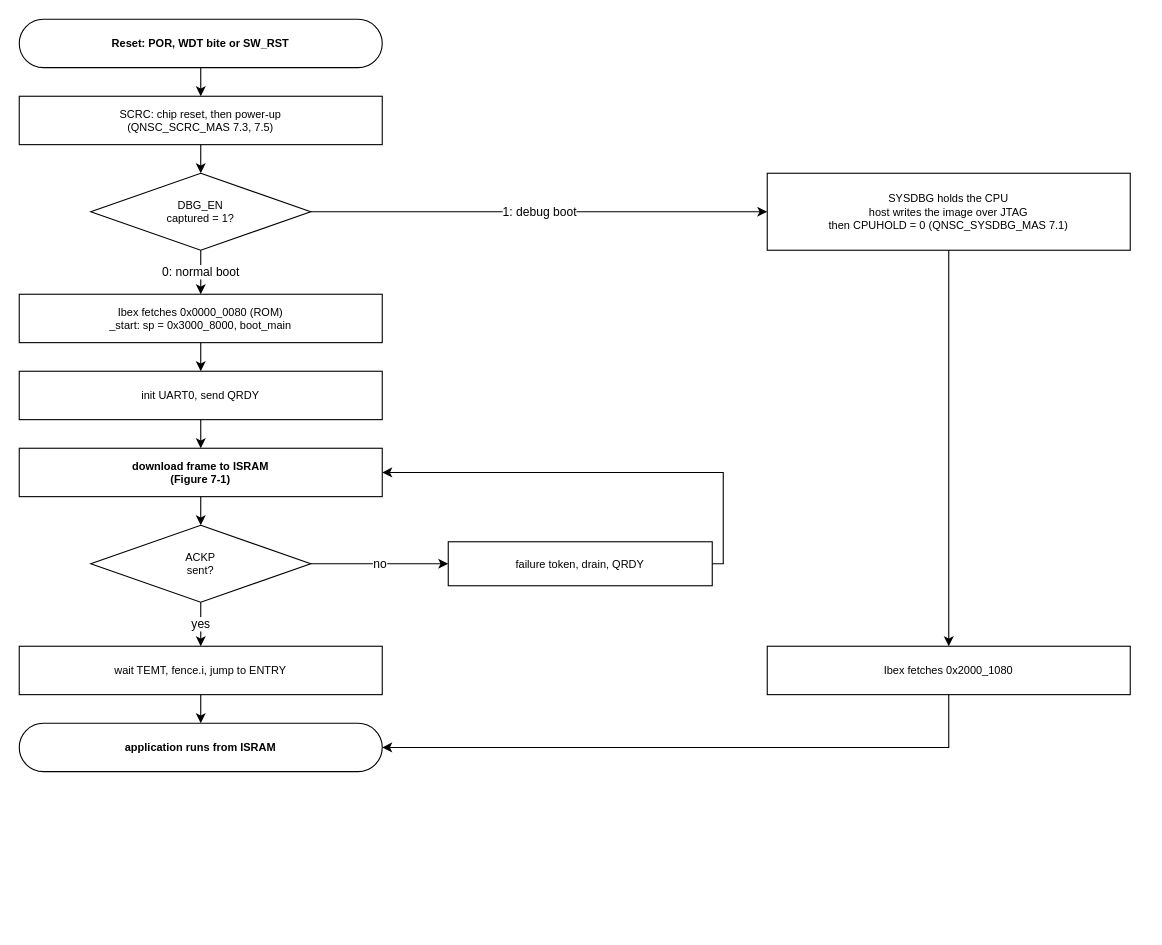
This is page "Reset to application" (1 of 5) of doc/figures/drawio/QNSC_BOOT.drawio from quynhonsemiconductor/vlsi_deep_training, a draw.io file, before an edit. Source tidied: cells renumbered, new cells numbered last; positions are measured from the earlier drawing's top-left corner, leaving out a move shared by most shapes. Both pictures are drawn from the tidied source at 110%, with x=0, y=0 at pixel (19, 19).
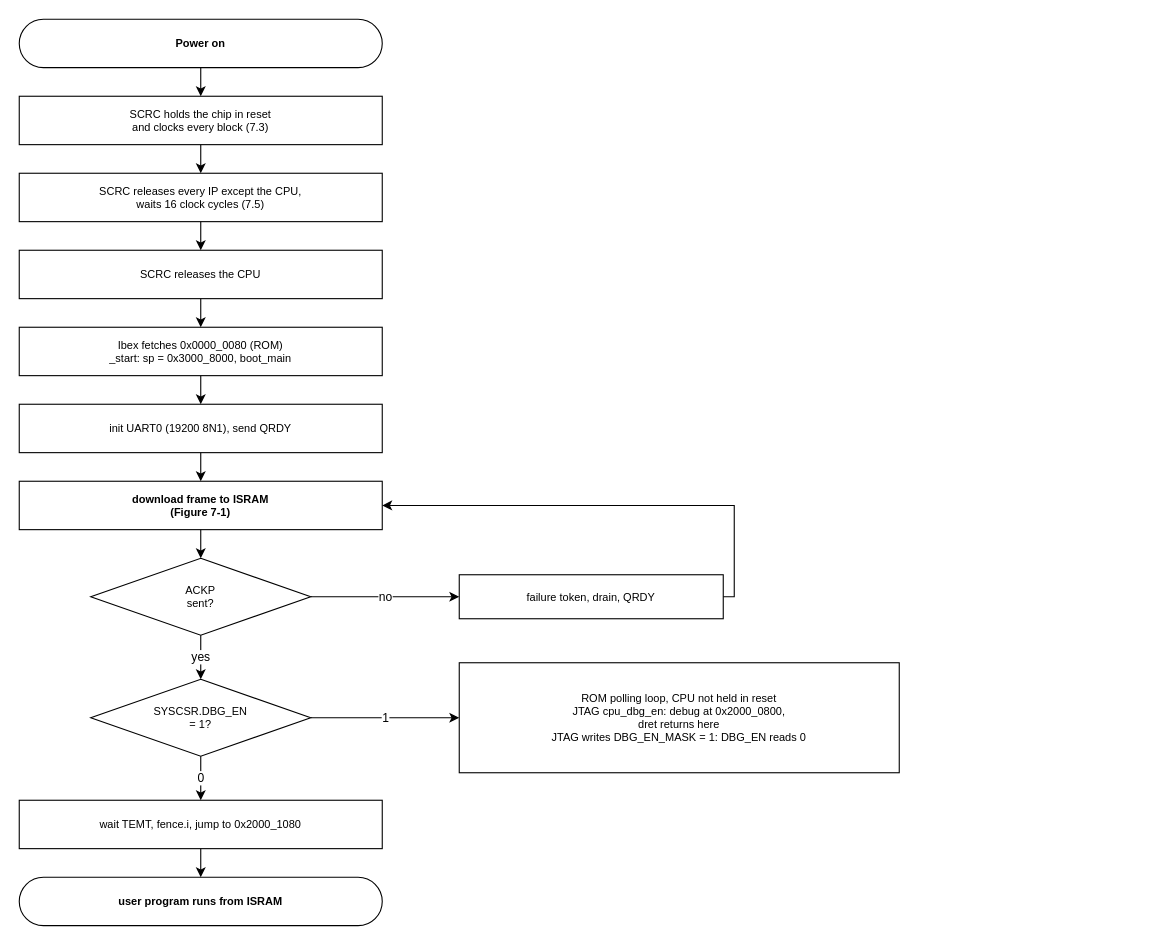
The same diagram, later.

What changed in the source:
```diff
@@
-    <mxCell id="2" value="Reset: POR, WDT bite or SW_RST" style="rounded=1;arcSize=50;whiteSpace=wrap;html=1;fillColor=#ffffff;strokeColor=#000000;fontSize=10;dashed=0;fontStyle=1;verticalAlign=middle;" parent="1" vertex="1">
+    <mxCell id="2" value="Power on" style="rounded=1;arcSize=50;whiteSpace=wrap;html=1;fillColor=#ffffff;strokeColor=#000000;fontSize=10;dashed=0;fontStyle=1;verticalAlign=middle;" parent="1" vertex="1">
       <mxGeometry width="330" height="44" as="geometry" />
     </mxCell>
-    <mxCell id="3" value="SCRC: chip reset, then power-up&#10;(QNSC_SCRC_MAS 7.3, 7.5)" style="rounded=0;whiteSpace=wrap;html=1;fillColor=#ffffff;strokeColor=#000000;fontSize=10;dashed=0;verticalAlign=middle;" parent="1" vertex="1">
-      <mxGeometry y="70" width="330" height="44" as="geometry" />
-    </mxCell>
-    <mxCell id="4" value="DBG_EN&#10;captured = 1?" style="rhombus;whiteSpace=wrap;html=1;fillColor=#ffffff;strokeColor=#000000;fontSize=10;dashed=0;verticalAlign=middle;" parent="1" vertex="1">
-      <mxGeometry x="65" y="140" width="200" height="70" as="geometry" />
-    </mxCell>
+    <mxCell id="28" value="SCRC holds the chip in reset&#10;and clocks every block (7.3)" style="rounded=0;whiteSpace=wrap;html=1;fillColor=#ffffff;strokeColor=#000000;fontSize=10;dashed=0;verticalAlign=middle;" parent="1" vertex="1">
+      <mxGeometry y="70" width="330" height="44" as="geometry" />
+    </mxCell>
+    <mxCell id="29" value="SCRC releases every IP except the CPU,&#10;waits 16 clock cycles (7.5)" style="rounded=0;whiteSpace=wrap;html=1;fillColor=#ffffff;strokeColor=#000000;fontSize=10;dashed=0;verticalAlign=middle;" parent="1" vertex="1">
+      <mxGeometry y="140" width="330" height="44" as="geometry" />
+    </mxCell>
+    <mxCell id="30" value="SCRC releases the CPU" style="rounded=0;whiteSpace=wrap;html=1;fillColor=#ffffff;strokeColor=#000000;fontSize=10;dashed=0;verticalAlign=middle;" parent="1" vertex="1">
+      <mxGeometry y="210" width="330" height="44" as="geometry" />
+    </mxCell>
     <mxCell id="5" value="Ibex fetches 0x0000_0080 (ROM)&#10;_start: sp = 0x3000_8000, boot_main" style="rounded=0;whiteSpace=wrap;html=1;fillColor=#ffffff;strokeColor=#000000;fontSize=10;dashed=0;verticalAlign=middle;" parent="1" vertex="1">
-      <mxGeometry y="250" width="330" height="44" as="geometry" />
+      <mxGeometry y="280" width="330" height="44" as="geometry" />
     </mxCell>
-    <mxCell id="6" value="init UART0, send QRDY" style="rounded=0;whiteSpace=wrap;html=1;fillColor=#ffffff;strokeColor=#000000;fontSize=10;dashed=0;verticalAlign=middle;" parent="1" vertex="1">
-      <mxGeometry y="320" width="330" height="44" as="geometry" />
+    <mxCell id="6" value="init UART0 (19200 8N1), send QRDY" style="rounded=0;whiteSpace=wrap;html=1;fillColor=#ffffff;strokeColor=#000000;fontSize=10;dashed=0;verticalAlign=middle;" parent="1" vertex="1">
+      <mxGeometry y="350" width="330" height="44" as="geometry" />
     </mxCell>
     <mxCell id="7" value="download frame to ISRAM&#10;(Figure 7-1)" style="rounded=0;whiteSpace=wrap;html=1;fillColor=#ffffff;strokeColor=#000000;fontSize=10;dashed=0;fontStyle=1;verticalAlign=middle;" parent="1" vertex="1">
-      <mxGeometry y="390" width="330" height="44" as="geometry" />
+      <mxGeometry y="420" width="330" height="44" as="geometry" />
     </mxCell>
     <mxCell id="8" value="ACKP&#10;sent?" style="rhombus;whiteSpace=wrap;html=1;fillColor=#ffffff;strokeColor=#000000;fontSize=10;dashed=0;verticalAlign=middle;" parent="1" vertex="1">
-      <mxGeometry x="65" y="460" width="200" height="70" as="geometry" />
+      <mxGeometry x="65" y="490" width="200" height="70" as="geometry" />
     </mxCell>
+    <mxCell id="4" value="SYSCSR.DBG_EN&#10;= 1?" style="rhombus;whiteSpace=wrap;html=1;fillColor=#ffffff;strokeColor=#000000;fontSize=10;dashed=0;verticalAlign=middle;" parent="1" vertex="1">
+      <mxGeometry x="65" y="600" width="200" height="70" as="geometry" />
+    </mxCell>
-    <mxCell id="9" value="wait TEMT, fence.i, jump to ENTRY" style="rounded=0;whiteSpace=wrap;html=1;fillColor=#ffffff;strokeColor=#000000;fontSize=10;dashed=0;verticalAlign=middle;" parent="1" vertex="1">
-      <mxGeometry y="570" width="330" height="44" as="geometry" />
+    <mxCell id="9" value="wait TEMT, fence.i, jump to 0x2000_1080" style="rounded=0;whiteSpace=wrap;html=1;fillColor=#ffffff;strokeColor=#000000;fontSize=10;dashed=0;verticalAlign=middle;" parent="1" vertex="1">
+      <mxGeometry y="710" width="330" height="44" as="geometry" />
     </mxCell>
-    <mxCell id="10" value="application runs from ISRAM" style="rounded=1;arcSize=50;whiteSpace=wrap;html=1;fillColor=#ffffff;strokeColor=#000000;fontSize=10;dashed=0;fontStyle=1;verticalAlign=middle;" parent="1" vertex="1">
-      <mxGeometry y="640" width="330" height="44" as="geometry" />
+    <mxCell id="10" value="user program runs from ISRAM" style="rounded=1;arcSize=50;whiteSpace=wrap;html=1;fillColor=#ffffff;strokeColor=#000000;fontSize=10;dashed=0;fontStyle=1;verticalAlign=middle;" parent="1" vertex="1">
+      <mxGeometry y="780" width="330" height="44" as="geometry" />
     </mxCell>
-    <mxCell id="11" value="SYSDBG holds the CPU&#10;host writes the image over JTAG&#10;then CPUHOLD = 0 (QNSC_SYSDBG_MAS 7.1)" style="rounded=0;whiteSpace=wrap;html=1;fillColor=#ffffff;strokeColor=#000000;fontSize=10;dashed=0;verticalAlign=middle;" parent="1" vertex="1">
-      <mxGeometry x="680" y="140" width="330" height="70" as="geometry" />
-    </mxCell>
-    <mxCell id="12" value="Ibex fetches 0x2000_1080" style="rounded=0;whiteSpace=wrap;html=1;fillColor=#ffffff;strokeColor=#000000;fontSize=10;dashed=0;verticalAlign=middle;" parent="1" vertex="1">
-      <mxGeometry x="680" y="570" width="330" height="44" as="geometry" />
-    </mxCell>
+    <mxCell id="31" value="ROM polling loop, CPU not held in reset&#10;JTAG cpu_dbg_en: debug at 0x2000_0800,&#10;dret returns here&#10;JTAG writes DBG_EN_MASK = 1: DBG_EN reads 0" style="rounded=0;whiteSpace=wrap;html=1;fillColor=#ffffff;strokeColor=#000000;fontSize=10;dashed=0;verticalAlign=middle;" parent="1" vertex="1">
+      <mxGeometry x="400" y="585" width="400" height="100" as="geometry" />
+    </mxCell>
     <mxCell id="13" value="failure token, drain, QRDY" style="rounded=0;whiteSpace=wrap;html=1;fillColor=#ffffff;strokeColor=#000000;fontSize=10;dashed=0;verticalAlign=middle;" parent="1" vertex="1">
-      <mxGeometry x="390" y="475" width="240" height="40" as="geometry" />
+      <mxGeometry x="400" y="505" width="240" height="40" as="geometry" />
     </mxCell>
-    <mxCell id="14" style="rounded=0;whiteSpace=wrap;html=1;fillColor=none;strokeColor=none;fontSize=10;dashed=0;verticalAlign=middle;" parent="1" vertex="1">
-      <mxGeometry x="1020" y="300" width="1" height="1" as="geometry" />
-    </mxCell>
-    <mxCell id="15" style="edgeStyle=orthogonalEdgeStyle;rounded=0;html=1;exitX=0.5;exitY=1.0;entryX=0.5;entryY=0.0;exitDx=0;exitDy=0;entryDx=0;entryDy=0;" parent="1" edge="1" source="2" target="3">
-      <mxGeometry relative="1" as="geometry" />
-    </mxCell>
-    <mxCell id="16" style="edgeStyle=orthogonalEdgeStyle;rounded=0;html=1;exitX=0.5;exitY=1.0;entryX=0.5;entryY=0.0;exitDx=0;exitDy=0;entryDx=0;entryDy=0;" parent="1" edge="1" source="3" target="4">
-      <mxGeometry relative="1" as="geometry" />
-    </mxCell>
-    <mxCell id="17" value="0: normal boot" style="edgeStyle=orthogonalEdgeStyle;rounded=0;html=1;exitX=0.5;exitY=1.0;entryX=0.5;entryY=0.0;exitDx=0;exitDy=0;entryDx=0;entryDy=0;" parent="1" edge="1" source="4" target="5">
-      <mxGeometry relative="1" as="geometry" />
-    </mxCell>
-    <mxCell id="18" value="1: debug boot" style="edgeStyle=orthogonalEdgeStyle;rounded=0;html=1;exitX=1.0;exitY=0.5;entryX=0.0;entryY=0.5;exitDx=0;exitDy=0;entryDx=0;entryDy=0;" parent="1" edge="1" source="4" target="11">
-      <mxGeometry relative="1" as="geometry" />
-    </mxCell>
+    <mxCell id="32" style="edgeStyle=orthogonalEdgeStyle;rounded=0;html=1;exitX=0.5;exitY=1.0;entryX=0.5;entryY=0.0;exitDx=0;exitDy=0;entryDx=0;entryDy=0;" parent="1" edge="1" source="2" target="28">
+      <mxGeometry relative="1" as="geometry" />
+    </mxCell>
+    <mxCell id="33" style="edgeStyle=orthogonalEdgeStyle;rounded=0;html=1;exitX=0.5;exitY=1.0;entryX=0.5;entryY=0.0;exitDx=0;exitDy=0;entryDx=0;entryDy=0;" parent="1" edge="1" source="28" target="29">
+      <mxGeometry relative="1" as="geometry" />
+    </mxCell>
+    <mxCell id="34" style="edgeStyle=orthogonalEdgeStyle;rounded=0;html=1;exitX=0.5;exitY=1.0;entryX=0.5;entryY=0.0;exitDx=0;exitDy=0;entryDx=0;entryDy=0;" parent="1" edge="1" source="29" target="30">
+      <mxGeometry relative="1" as="geometry" />
+    </mxCell>
+    <mxCell id="35" style="edgeStyle=orthogonalEdgeStyle;rounded=0;html=1;exitX=0.5;exitY=1.0;entryX=0.5;entryY=0.0;exitDx=0;exitDy=0;entryDx=0;entryDy=0;" parent="1" edge="1" source="30" target="5">
+      <mxGeometry relative="1" as="geometry" />
+    </mxCell>
@@
-    <mxCell id="22" value="yes" style="edgeStyle=orthogonalEdgeStyle;rounded=0;html=1;exitX=0.5;exitY=1.0;entryX=0.5;entryY=0.0;exitDx=0;exitDy=0;entryDx=0;entryDy=0;" parent="1" edge="1" source="8" target="9">
+    <mxCell id="22" value="yes" style="edgeStyle=orthogonalEdgeStyle;rounded=0;html=1;exitX=0.5;exitY=1.0;entryX=0.5;entryY=0.0;exitDx=0;exitDy=0;entryDx=0;entryDy=0;" parent="1" edge="1" source="8" target="4">
       <mxGeometry relative="1" as="geometry" />
     </mxCell>
@@
+    <mxCell id="36" value="1" style="edgeStyle=orthogonalEdgeStyle;rounded=0;html=1;exitX=1.0;exitY=0.5;entryX=0.0;entryY=0.5;exitDx=0;exitDy=0;entryDx=0;entryDy=0;" parent="1" edge="1" source="4" target="31">
+      <mxGeometry relative="1" as="geometry" />
+    </mxCell>
+    <mxCell id="37" value="0" style="edgeStyle=orthogonalEdgeStyle;rounded=0;html=1;exitX=0.5;exitY=1.0;entryX=0.5;entryY=0.0;exitDx=0;exitDy=0;entryDx=0;entryDy=0;" parent="1" edge="1" source="4" target="9">
+      <mxGeometry relative="1" as="geometry" />
+    </mxCell>
@@
-    <mxCell id="26" style="edgeStyle=orthogonalEdgeStyle;rounded=0;html=1;exitX=0.5;exitY=1.0;entryX=0.5;entryY=0.0;exitDx=0;exitDy=0;entryDx=0;entryDy=0;" parent="1" edge="1" source="11" target="12">
-      <mxGeometry relative="1" as="geometry" />
-    </mxCell>
-    <mxCell id="27" style="edgeStyle=orthogonalEdgeStyle;rounded=0;html=1;exitX=0.5;exitY=1.0;entryX=1.0;entryY=0.5;exitDx=0;exitDy=0;entryDx=0;entryDy=0;" parent="1" edge="1" source="12" target="10">
-      <mxGeometry relative="1" as="geometry" />
-    </mxCell>
```
